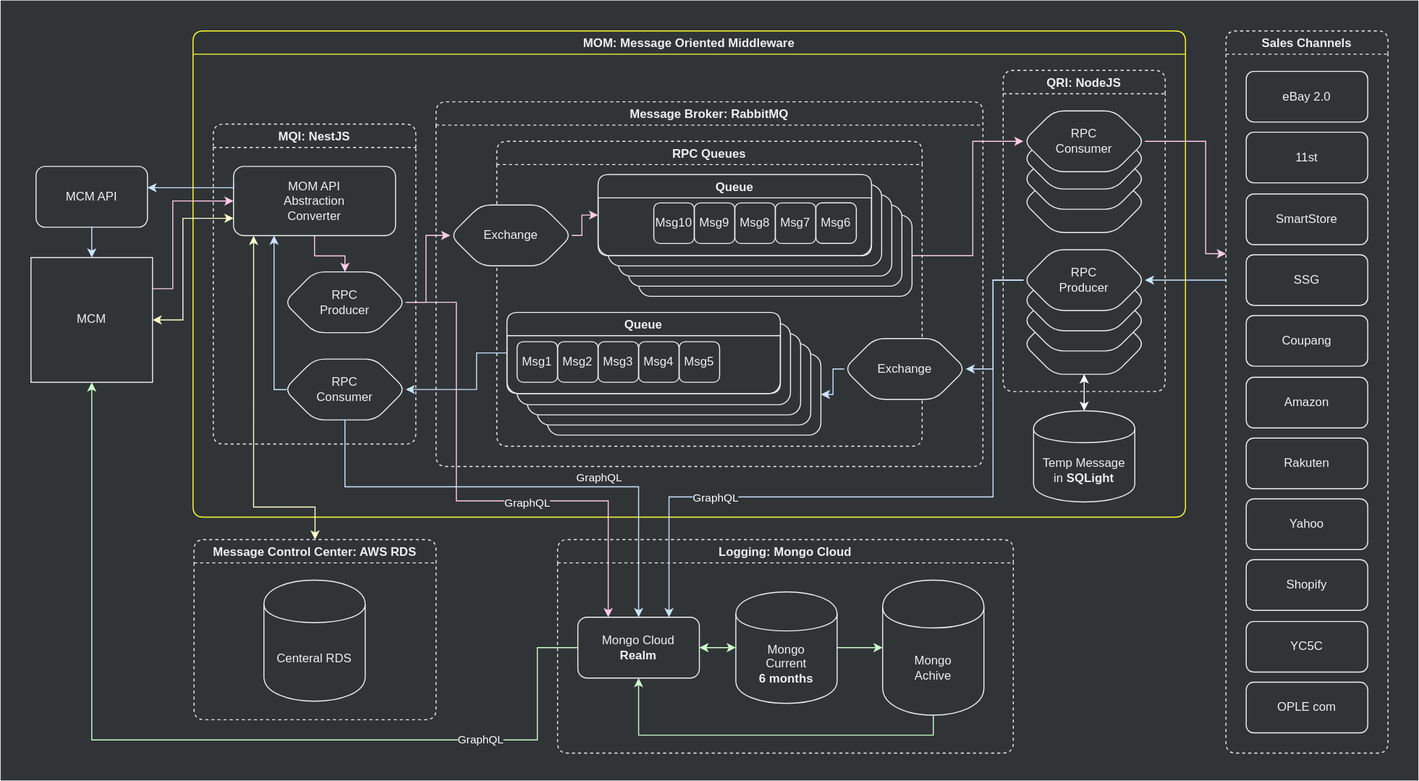
Earlier version of the draw.io export assets/.draw.io/documents/mom-structure-diagram.svg (jiholee-ntwglobal/jiholee-ntwglobal.github.io). Source tidied: cells renumbered, new cells last; positions are measured from the earlier drawing's top-left corner, leaving out a move shared by most shapes.
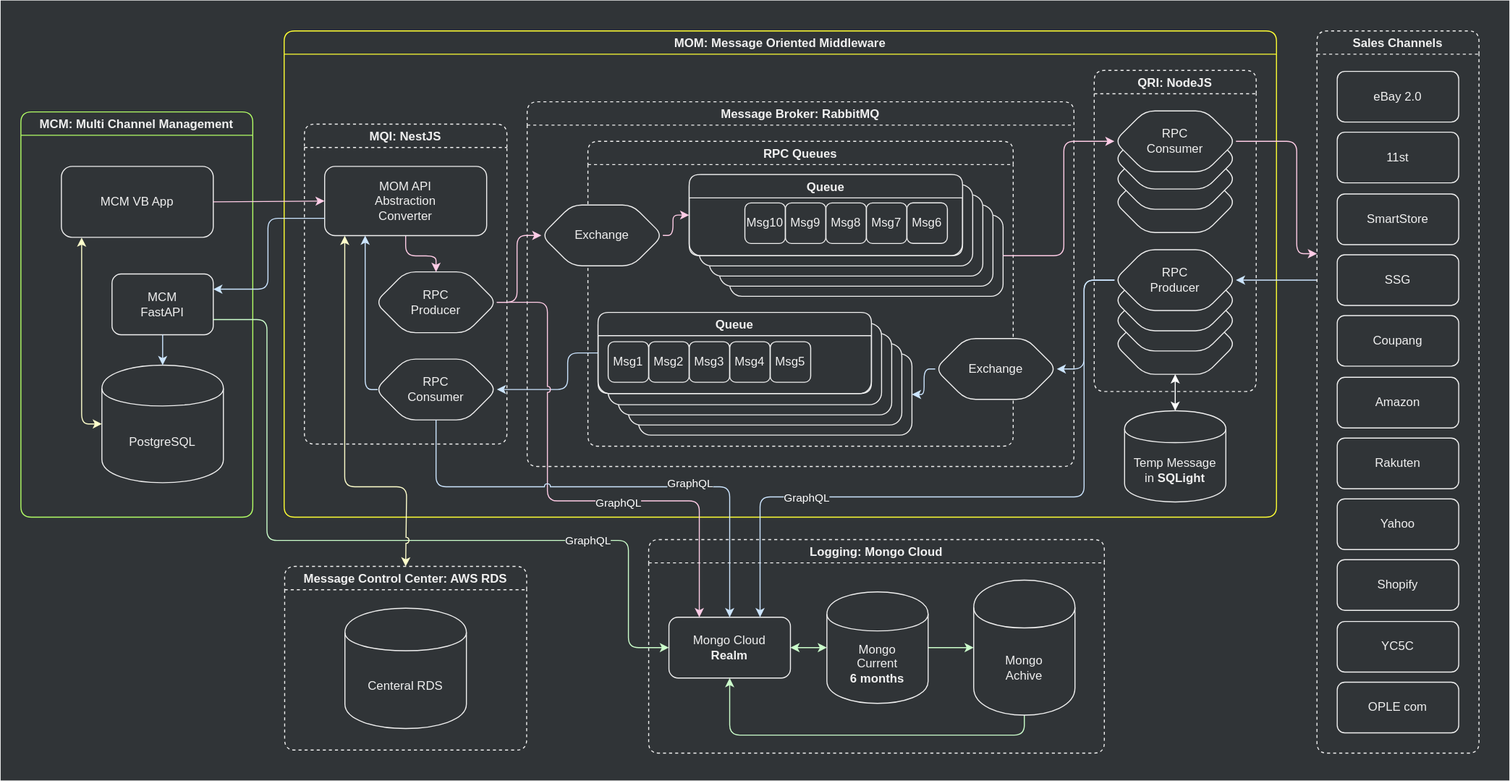
After the commit.

Change to the diagram source:
```diff
@@ -5,5 +5,29 @@
     <mxCell id="2" style="rounded=0;whiteSpace=wrap;html=1;strokeColor=none;fillColor=#303437;fontColor=#F0F0F0;labelBackgroundColor=none;" parent="1" vertex="1">
-      <mxGeometry width="1400" height="770" as="geometry" />
+      <mxGeometry x="-90" width="1490" height="770" as="geometry" />
     </mxCell>
     <mxCell id="3" value="Foreground" parent="0" />
+    <mxCell id="92" value="MCM: Multi Channel Management" style="swimlane;rounded=1;fillColor=none;fontColor=#F0F0F0;strokeColor=#B3FF66;" parent="3" vertex="1">
+      <mxGeometry x="-70" y="110" width="229" height="400" as="geometry" />
+    </mxCell>
+    <mxCell id="93" value="PostgreSQL" style="shape=cylinder;whiteSpace=wrap;html=1;boundedLbl=1;backgroundOutline=1;fillColor=none;fontColor=#F0F0F0;strokeColor=#F0F0F0;" parent="92" vertex="1">
+      <mxGeometry x="80" y="250" width="120" height="116" as="geometry" />
+    </mxCell>
+    <mxCell id="91" value="MCM&lt;br&gt;FastAPI" style="rounded=1;whiteSpace=wrap;html=1;fillColor=none;fontColor=#F0F0F0;strokeColor=#F0F0F0;" parent="92" vertex="1">
+      <mxGeometry x="90" y="160" width="100" height="60" as="geometry" />
+    </mxCell>
+    <mxCell id="94" style="edgeStyle=orthogonalEdgeStyle;rounded=1;jettySize=auto;html=1;entryX=0;entryY=0.5;entryDx=0;entryDy=0;strokeColor=#FFFFCC;startArrow=classic;startFill=1;jumpStyle=arc;" parent="92" edge="1" target="93">
+      <mxGeometry relative="1" as="geometry">
+        <mxPoint x="60" y="124" as="sourcePoint" />
+        <Array as="points">
+          <mxPoint x="60" y="124" />
+          <mxPoint x="60" y="308" />
+        </Array>
+      </mxGeometry>
+    </mxCell>
+    <mxCell id="95" value="MCM VB App" style="rounded=1;whiteSpace=wrap;html=1;fillColor=none;fontColor=#F0F0F0;strokeColor=#F0F0F0;" parent="92" vertex="1">
+      <mxGeometry x="40" y="53.8" width="150" height="70" as="geometry" />
+    </mxCell>
+    <mxCell id="90" style="edgeStyle=orthogonalEdgeStyle;rounded=1;jettySize=auto;html=1;strokeColor=#CCE5FF;entryX=0.5;entryY=0;entryDx=0;entryDy=0;jumpStyle=arc;" parent="92" edge="1" source="91" target="93">
+      <mxGeometry relative="1" as="geometry" />
+    </mxCell>
     <mxCell id="4" value="MOM: Message Oriented Middleware" style="swimlane;rounded=1;fillColor=none;fontColor=#F0F0F0;strokeColor=#FFFF33;" parent="3" vertex="1">
@@ -17,3 +41,3 @@
     </mxCell>
-    <mxCell id="7" style="edgeStyle=orthogonalEdgeStyle;rounded=0;jettySize=auto;html=1;entryX=0;entryY=0.5;entryDx=0;entryDy=0;startArrow=none;startFill=0;strokeColor=#FFCCE6;" parent="6" edge="1" source="31" target="13">
+    <mxCell id="7" style="edgeStyle=orthogonalEdgeStyle;rounded=1;jettySize=auto;html=1;entryX=0;entryY=0.5;entryDx=0;entryDy=0;startArrow=none;startFill=0;strokeColor=#FFCCE6;jumpStyle=arc;" parent="6" edge="1" source="31" target="13">
       <mxGeometry relative="1" as="geometry">
@@ -61,3 +85,3 @@
     </mxCell>
-    <mxCell id="20" style="edgeStyle=orthogonalEdgeStyle;rounded=0;jettySize=auto;html=1;entryX=1;entryY=0.5;entryDx=0;entryDy=0;startArrow=none;startFill=0;strokeColor=#CCE5FF;exitX=0;exitY=0.5;exitDx=0;exitDy=0;" parent="6" edge="1" source="32" target="19">
+    <mxCell id="20" style="edgeStyle=orthogonalEdgeStyle;rounded=1;jettySize=auto;html=1;entryX=1;entryY=0.5;entryDx=0;entryDy=0;startArrow=none;startFill=0;strokeColor=#CCE5FF;exitX=0;exitY=0.5;exitDx=0;exitDy=0;jumpStyle=arc;" parent="6" edge="1" source="32" target="19">
       <mxGeometry relative="1" as="geometry">
@@ -111,3 +135,3 @@
     </mxCell>
-    <mxCell id="35" style="edgeStyle=orthogonalEdgeStyle;rounded=0;jettySize=auto;html=1;entryX=0.5;entryY=0;entryDx=0;entryDy=0;startArrow=none;startFill=0;strokeColor=#FFCCE6;" parent="33" edge="1" source="36" target="34">
+    <mxCell id="35" style="edgeStyle=orthogonalEdgeStyle;rounded=1;jettySize=auto;html=1;entryX=0.5;entryY=0;entryDx=0;entryDy=0;startArrow=none;startFill=0;strokeColor=#FFCCE6;jumpStyle=arc;" parent="33" edge="1" source="36" target="34">
       <mxGeometry relative="1" as="geometry" />
@@ -120,3 +144,3 @@
     </mxCell>
-    <mxCell id="38" style="edgeStyle=orthogonalEdgeStyle;rounded=0;jettySize=auto;html=1;entryX=0.25;entryY=1;entryDx=0;entryDy=0;startArrow=none;startFill=0;exitX=0.02;exitY=0.501;exitDx=0;exitDy=0;strokeColor=#CCE5FF;exitPerimeter=0;" parent="33" edge="1" source="37" target="36">
+    <mxCell id="38" style="edgeStyle=orthogonalEdgeStyle;rounded=1;jettySize=auto;html=1;entryX=0.25;entryY=1;entryDx=0;entryDy=0;startArrow=none;startFill=0;exitX=0.02;exitY=0.501;exitDx=0;exitDy=0;strokeColor=#CCE5FF;exitPerimeter=0;jumpStyle=arc;" parent="33" edge="1" source="37" target="36">
       <mxGeometry relative="1" as="geometry">
@@ -127,3 +151,3 @@
     </mxCell>
-    <mxCell id="39" style="edgeStyle=orthogonalEdgeStyle;rounded=0;jettySize=auto;html=1;entryX=0;entryY=0.5;entryDx=0;entryDy=0;startArrow=none;startFill=0;strokeColor=#FFCCE6;exitX=1;exitY=0.5;exitDx=0;exitDy=0;" parent="4" edge="1" source="34" target="31">
+    <mxCell id="39" style="edgeStyle=orthogonalEdgeStyle;rounded=1;jettySize=auto;html=1;entryX=0;entryY=0.5;entryDx=0;entryDy=0;startArrow=none;startFill=0;strokeColor=#FFCCE6;exitX=1;exitY=0.5;exitDx=0;exitDy=0;jumpStyle=arc;" parent="4" edge="1" source="34" target="31">
       <mxGeometry relative="1" as="geometry">
@@ -162,3 +186,3 @@
     </mxCell>
-    <mxCell id="49" style="edgeStyle=orthogonalEdgeStyle;rounded=0;jettySize=auto;html=1;entryX=0;entryY=0.5;entryDx=0;entryDy=0;startArrow=none;startFill=0;strokeColor=#FFCCE6;" parent="4" edge="1" source="8" target="47">
+    <mxCell id="49" style="edgeStyle=orthogonalEdgeStyle;rounded=1;jettySize=auto;html=1;entryX=0;entryY=0.5;entryDx=0;entryDy=0;startArrow=none;startFill=0;strokeColor=#FFCCE6;jumpStyle=arc;" parent="4" edge="1" source="8" target="47">
       <mxGeometry relative="1" as="geometry">
@@ -173,6 +197,6 @@
     </mxCell>
-    <mxCell id="51" style="edgeStyle=orthogonalEdgeStyle;rounded=0;jettySize=auto;html=1;exitX=0.5;exitY=1;exitDx=0;exitDy=0;entryX=0.5;entryY=0;entryDx=0;entryDy=0;startArrow=classic;startFill=1;strokeColor=#FFFFFF;" parent="4" edge="1" source="41" target="50">
+    <mxCell id="51" style="edgeStyle=orthogonalEdgeStyle;rounded=1;jettySize=auto;html=1;exitX=0.5;exitY=1;exitDx=0;exitDy=0;entryX=0.5;entryY=0;entryDx=0;entryDy=0;startArrow=classic;startFill=1;strokeColor=#FFFFFF;jumpStyle=arc;" parent="4" edge="1" source="41" target="50">
       <mxGeometry relative="1" as="geometry" />
     </mxCell>
-    <mxCell id="52" style="edgeStyle=orthogonalEdgeStyle;rounded=0;jettySize=auto;html=1;startArrow=none;startFill=0;strokeColor=#CCE5FF;entryX=1;entryY=0.5;entryDx=0;entryDy=0;" parent="4" edge="1" source="48" target="32">
+    <mxCell id="52" style="edgeStyle=orthogonalEdgeStyle;rounded=1;jettySize=auto;html=1;startArrow=none;startFill=0;strokeColor=#CCE5FF;entryX=1;entryY=0.5;entryDx=0;entryDy=0;jumpStyle=arc;" parent="4" edge="1" source="48" target="32">
       <mxGeometry relative="1" as="geometry">
@@ -184,3 +208,3 @@
     </mxCell>
-    <mxCell id="53" style="edgeStyle=orthogonalEdgeStyle;rounded=0;jettySize=auto;html=1;entryX=1;entryY=0.5;entryDx=0;entryDy=0;startArrow=none;startFill=0;strokeColor=#CCE5FF;exitX=0;exitY=0.5;exitDx=0;exitDy=0;" parent="4" edge="1" source="25" target="37">
+    <mxCell id="53" style="edgeStyle=orthogonalEdgeStyle;rounded=1;jettySize=auto;html=1;entryX=1;entryY=0.5;entryDx=0;entryDy=0;startArrow=none;startFill=0;strokeColor=#CCE5FF;exitX=0;exitY=0.5;exitDx=0;exitDy=0;jumpStyle=arc;" parent="4" edge="1" source="25" target="37">
       <mxGeometry relative="1" as="geometry">
@@ -195,3 +219,3 @@
     </mxCell>
-    <mxCell id="55" style="edgeStyle=orthogonalEdgeStyle;rounded=0;jettySize=auto;html=1;startArrow=classic;startFill=1;strokeColor=#CCFFCC;" parent="54" edge="1" source="56" target="58">
+    <mxCell id="55" style="edgeStyle=orthogonalEdgeStyle;rounded=1;jettySize=auto;html=1;startArrow=classic;startFill=1;strokeColor=#CCFFCC;jumpStyle=arc;" parent="54" edge="1" source="56" target="58">
       <mxGeometry relative="1" as="geometry" />
@@ -201,3 +225,3 @@
     </mxCell>
-    <mxCell id="57" style="edgeStyle=orthogonalEdgeStyle;rounded=0;jettySize=auto;html=1;exitX=1;exitY=0.5;exitDx=0;exitDy=0;entryX=0;entryY=0.5;entryDx=0;entryDy=0;strokeColor=#CCFFCC;" parent="54" edge="1" source="58" target="60">
+    <mxCell id="57" style="edgeStyle=orthogonalEdgeStyle;rounded=1;jettySize=auto;html=1;exitX=1;exitY=0.5;exitDx=0;exitDy=0;entryX=0;entryY=0.5;entryDx=0;entryDy=0;strokeColor=#CCFFCC;jumpStyle=arc;" parent="54" edge="1" source="58" target="60">
       <mxGeometry relative="1" as="geometry" />
@@ -207,3 +231,3 @@
     </mxCell>
-    <mxCell id="59" style="edgeStyle=orthogonalEdgeStyle;rounded=0;jettySize=auto;html=1;entryX=0.5;entryY=1;entryDx=0;entryDy=0;startArrow=none;startFill=0;strokeColor=#CCFFCC;" parent="54" edge="1" source="60" target="56">
+    <mxCell id="59" style="edgeStyle=orthogonalEdgeStyle;rounded=1;jettySize=auto;html=1;entryX=0.5;entryY=1;entryDx=0;entryDy=0;startArrow=none;startFill=0;strokeColor=#CCFFCC;jumpStyle=arc;" parent="54" edge="1" source="60" target="56">
       <mxGeometry relative="1" as="geometry">
@@ -218,22 +242,6 @@
     </mxCell>
-    <mxCell id="61" style="edgeStyle=orthogonalEdgeStyle;rounded=0;jettySize=auto;html=1;startArrow=none;startFill=0;exitX=1;exitY=0.25;exitDx=0;exitDy=0;strokeColor=#FFCCE6;entryX=0;entryY=0.5;entryDx=0;entryDy=0;" parent="3" edge="1" source="63" target="36">
-      <mxGeometry relative="1" as="geometry">
-        <Array as="points">
-          <mxPoint x="170" y="285" />
-          <mxPoint x="170" y="198" />
-        </Array>
-      </mxGeometry>
+    <mxCell id="61" style="edgeStyle=orthogonalEdgeStyle;rounded=1;jettySize=auto;html=1;startArrow=none;startFill=0;exitX=1;exitY=0.5;exitDx=0;exitDy=0;strokeColor=#FFCCE6;entryX=0;entryY=0.5;entryDx=0;entryDy=0;jumpStyle=arc;" parent="3" edge="1" source="95" target="36">
+      <mxGeometry relative="1" as="geometry" />
     </mxCell>
-    <mxCell id="62" style="edgeStyle=orthogonalEdgeStyle;rounded=0;jettySize=auto;html=1;entryX=0;entryY=0.75;entryDx=0;entryDy=0;startArrow=classic;startFill=1;strokeColor=#FFFFCC;exitX=1;exitY=0.5;exitDx=0;exitDy=0;" parent="3" edge="1" source="63" target="36">
-      <mxGeometry relative="1" as="geometry">
-        <Array as="points">
-          <mxPoint x="180" y="315" />
-          <mxPoint x="180" y="215" />
-        </Array>
-      </mxGeometry>
-    </mxCell>
-    <mxCell id="63" value="MCM" style="rounded=0;whiteSpace=wrap;html=1;fillColor=none;fontColor=#F0F0F0;strokeColor=#F0F0F0;" parent="3" vertex="1">
-      <mxGeometry x="30" y="253.7" width="120" height="123.2" as="geometry" />
-    </mxCell>
-    <mxCell id="64" style="edgeStyle=orthogonalEdgeStyle;rounded=0;jettySize=auto;html=1;entryX=1;entryY=0.5;entryDx=0;entryDy=0;startArrow=none;startFill=0;strokeColor=#CCE5FF;" parent="3" edge="1" target="48">
+    <mxCell id="64" style="edgeStyle=orthogonalEdgeStyle;rounded=1;jettySize=auto;html=1;entryX=1;entryY=0.5;entryDx=0;entryDy=0;startArrow=none;startFill=0;strokeColor=#CCE5FF;jumpStyle=arc;" parent="3" edge="1" target="48">
       <mxGeometry relative="1" as="geometry">
@@ -246,8 +254,7 @@
     </mxCell>
-    <mxCell id="65" style="edgeStyle=orthogonalEdgeStyle;rounded=0;jettySize=auto;html=1;entryX=1;entryY=0.351;entryDx=0;entryDy=0;startArrow=none;startFill=0;entryPerimeter=0;strokeColor=#CCE5FF;" parent="3" edge="1" target="91">
+    <mxCell id="65" style="edgeStyle=orthogonalEdgeStyle;jettySize=auto;html=1;entryX=1;entryY=0.25;entryDx=0;entryDy=0;startArrow=none;startFill=0;strokeColor=#CCE5FF;exitX=0;exitY=0.75;exitDx=0;exitDy=0;rounded=1;jumpStyle=arc;" parent="3" edge="1" source="36" target="91">
       <mxGeometry relative="1" as="geometry">
-        <mxPoint x="230" y="179" as="sourcePoint" />
         <Array as="points">
-          <mxPoint x="230" y="184" />
-          <mxPoint x="145" y="184" />
+          <mxPoint x="174" y="215" />
+          <mxPoint x="174" y="285" />
         </Array>
@@ -255,3 +262,3 @@
     </mxCell>
-    <mxCell id="66" style="edgeStyle=orthogonalEdgeStyle;rounded=0;jettySize=auto;html=1;entryX=0.5;entryY=1;entryDx=0;entryDy=0;startArrow=none;startFill=0;strokeColor=#CCFFCC;exitX=0;exitY=0.5;exitDx=0;exitDy=0;" parent="3" edge="1" source="56" target="63">
+    <mxCell id="66" style="edgeStyle=orthogonalEdgeStyle;rounded=1;jettySize=auto;html=1;startArrow=classic;startFill=1;strokeColor=#CCFFCC;exitX=0;exitY=0.5;exitDx=0;exitDy=0;entryX=1;entryY=0.75;entryDx=0;entryDy=0;endArrow=none;endFill=0;jumpStyle=arc;" parent="3" edge="1" source="56" target="91">
       <mxGeometry relative="1" as="geometry">
@@ -259,4 +266,5 @@
           <mxPoint x="530" y="639" />
-          <mxPoint x="530" y="730" />
-          <mxPoint x="90" y="730" />
+          <mxPoint x="530" y="533" />
+          <mxPoint x="173" y="533" />
+          <mxPoint x="173" y="315" />
         </Array>
@@ -265,5 +273,7 @@
     <mxCell id="67" value="&lt;font color=&quot;#ffffff&quot;&gt;GraphQL&lt;/font&gt;" style="edgeLabel;html=1;align=center;verticalAlign=middle;labelBackgroundColor=#303437;" parent="66" vertex="1">
-      <mxGeometry x="-0.59" y="-1" relative="1" as="geometry" />
+      <mxGeometry x="-0.59" y="-1" relative="1" as="geometry">
+        <mxPoint x="-29" as="offset" />
+      </mxGeometry>
     </mxCell>
-    <mxCell id="68" style="edgeStyle=orthogonalEdgeStyle;rounded=0;jettySize=auto;html=1;startArrow=none;startFill=0;strokeColor=#FFCCE6;exitX=1;exitY=0.5;exitDx=0;exitDy=0;" parent="3" edge="1" source="47">
+    <mxCell id="68" style="edgeStyle=orthogonalEdgeStyle;rounded=1;jettySize=auto;html=1;startArrow=none;startFill=0;strokeColor=#FFCCE6;exitX=1;exitY=0.5;exitDx=0;exitDy=0;jumpStyle=arc;" parent="3" edge="1" source="47">
       <mxGeometry relative="1" as="geometry">
@@ -313,3 +323,3 @@
     </mxCell>
-    <mxCell id="81" style="edgeStyle=orthogonalEdgeStyle;rounded=0;jettySize=auto;html=1;strokeColor=#FFCCE6;exitX=1;exitY=0.5;exitDx=0;exitDy=0;entryX=0.25;entryY=0;entryDx=0;entryDy=0;" parent="3" edge="1" source="34" target="56">
+    <mxCell id="81" style="edgeStyle=orthogonalEdgeStyle;rounded=1;jettySize=auto;html=1;strokeColor=#FFCCE6;exitX=1;exitY=0.5;exitDx=0;exitDy=0;entryX=0.25;entryY=0;entryDx=0;entryDy=0;jumpStyle=arc;" parent="3" edge="1" source="34" target="56">
       <mxGeometry relative="1" as="geometry">
@@ -328,8 +338,8 @@
     <mxCell id="83" value="Message Control Center: AWS RDS" style="swimlane;rounded=1;fillColor=none;fontColor=#F0F0F0;strokeColor=#F0F0F0;dashed=1;" parent="3" vertex="1">
-      <mxGeometry x="191" y="532.2" width="239" height="177.8" as="geometry" />
+      <mxGeometry x="190.5" y="558.7" width="239" height="181.3" as="geometry" />
     </mxCell>
     <mxCell id="84" value="Centeral RDS" style="shape=cylinder;whiteSpace=wrap;html=1;boundedLbl=1;backgroundOutline=1;fillColor=none;fontColor=#F0F0F0;strokeColor=#F0F0F0;" parent="83" vertex="1">
-      <mxGeometry x="69" y="40" width="100" height="119.6" as="geometry" />
+      <mxGeometry x="59.5" y="41.3" width="120" height="118.7" as="geometry" />
     </mxCell>
-    <mxCell id="85" style="edgeStyle=orthogonalEdgeStyle;rounded=0;jettySize=auto;html=1;strokeColor=#CCE5FF;entryX=0.75;entryY=0;entryDx=0;entryDy=0;exitX=0;exitY=0.5;exitDx=0;exitDy=0;" parent="3" edge="1" source="48" target="56">
+    <mxCell id="85" style="edgeStyle=orthogonalEdgeStyle;rounded=1;jettySize=auto;html=1;strokeColor=#CCE5FF;entryX=0.75;entryY=0;entryDx=0;entryDy=0;exitX=0;exitY=0.5;exitDx=0;exitDy=0;jumpStyle=arc;" parent="3" edge="1" source="48" target="56">
       <mxGeometry relative="1" as="geometry">
@@ -347,7 +357,7 @@
     </mxCell>
-    <mxCell id="87" style="edgeStyle=orthogonalEdgeStyle;rounded=0;jettySize=auto;html=1;exitX=0.124;exitY=1.003;exitDx=0;exitDy=0;exitPerimeter=0;startArrow=classic;startFill=1;strokeColor=#FFFFCC;entryX=0.5;entryY=0;entryDx=0;entryDy=0;" parent="3" edge="1" source="36" target="83">
+    <mxCell id="87" style="edgeStyle=orthogonalEdgeStyle;rounded=1;jettySize=auto;html=1;exitX=0.124;exitY=1.003;exitDx=0;exitDy=0;exitPerimeter=0;startArrow=classic;startFill=1;strokeColor=#FFFFCC;entryX=0.5;entryY=0;entryDx=0;entryDy=0;jumpStyle=arc;" parent="3" edge="1" source="36" target="83">
       <mxGeometry relative="1" as="geometry">
         <Array as="points">
-          <mxPoint x="250" y="500" />
-          <mxPoint x="311" y="500" />
+          <mxPoint x="250" y="480" />
+          <mxPoint x="311" y="480" />
         </Array>
@@ -355,3 +365,3 @@
     </mxCell>
-    <mxCell id="88" style="edgeStyle=orthogonalEdgeStyle;rounded=0;jettySize=auto;html=1;entryX=0.5;entryY=0;entryDx=0;entryDy=0;startArrow=none;startFill=0;exitX=0.5;exitY=1;exitDx=0;exitDy=0;strokeColor=#CCE5FF;" parent="3" edge="1" source="37" target="56">
+    <mxCell id="88" style="edgeStyle=orthogonalEdgeStyle;rounded=1;jettySize=auto;html=1;entryX=0.5;entryY=0;entryDx=0;entryDy=0;startArrow=none;startFill=0;exitX=0.5;exitY=1;exitDx=0;exitDy=0;strokeColor=#CCE5FF;jumpStyle=arc;" parent="3" edge="1" source="37" target="56">
       <mxGeometry relative="1" as="geometry">
@@ -365,11 +375,5 @@
       <mxGeometry x="0.51" relative="1" as="geometry">
-        <mxPoint x="-40" y="-19.8" as="offset" />
+        <mxPoint x="-40" y="-14" as="offset" />
       </mxGeometry>
     </mxCell>
-    <mxCell id="90" style="edgeStyle=orthogonalEdgeStyle;rounded=0;jettySize=auto;html=1;entryX=0.5;entryY=0;entryDx=0;entryDy=0;strokeColor=#CCE5FF;" parent="3" edge="1" source="91" target="63">
-      <mxGeometry relative="1" as="geometry" />
-    </mxCell>
-    <mxCell id="91" value="MCM API" style="rounded=1;whiteSpace=wrap;html=1;fillColor=none;fontColor=#F0F0F0;strokeColor=#F0F0F0;" parent="3" vertex="1">
-      <mxGeometry x="35" y="163.8" width="110" height="60" as="geometry" />
-    </mxCell>
   </root>
```
